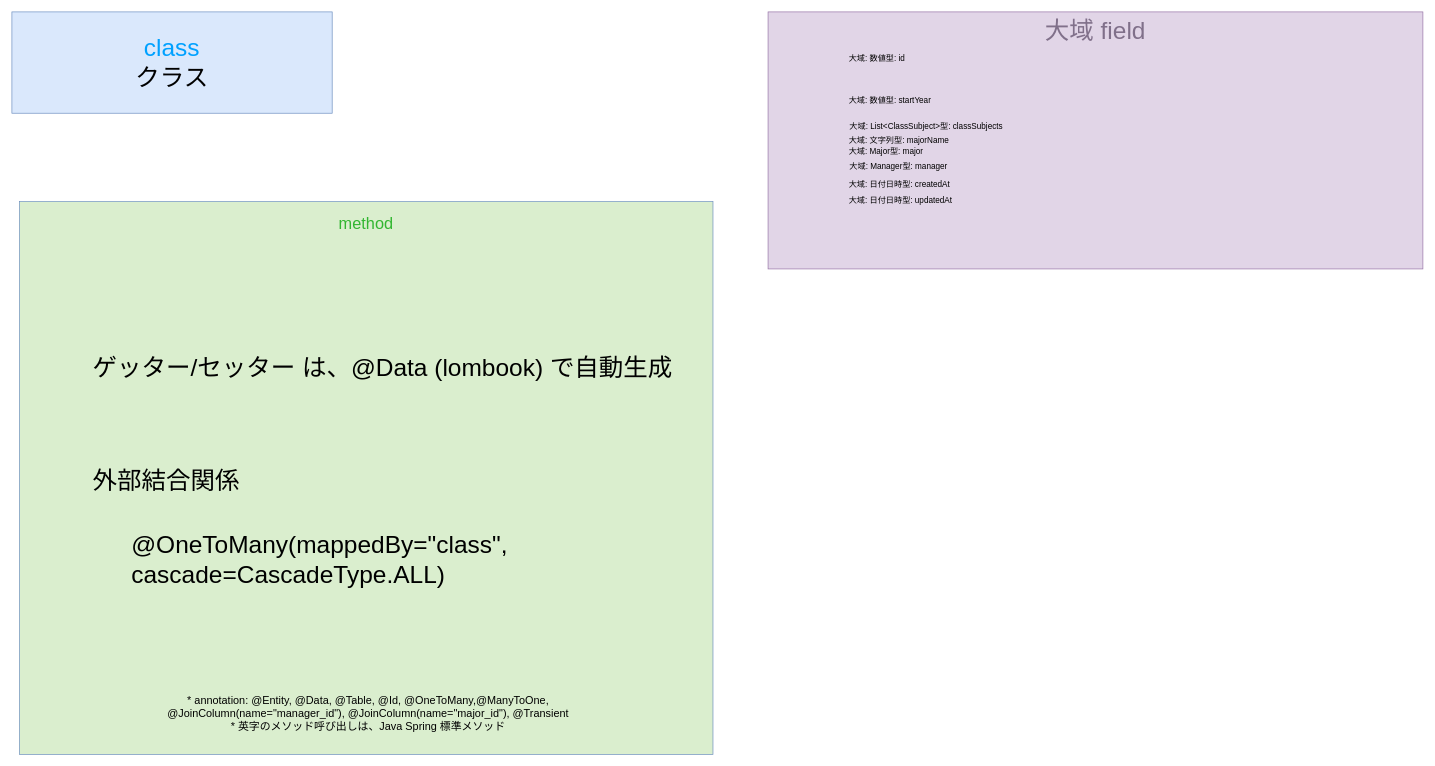
Above: gijigengo/model/entity/seiseki_manage_sys model_entity ClassEntity クラス 疑似言語.drawio in tro319/seiseki_manage_sys (draw.io), before the change. Source tidied: cells renumbered, new cells numbered last; positions are measured from the earlier drawing's top-left corner, leaving out a move shared by most shapes. Both pictures are drawn from the tidied source at 68%, with x=0, y=0 at pixel (12, 12).
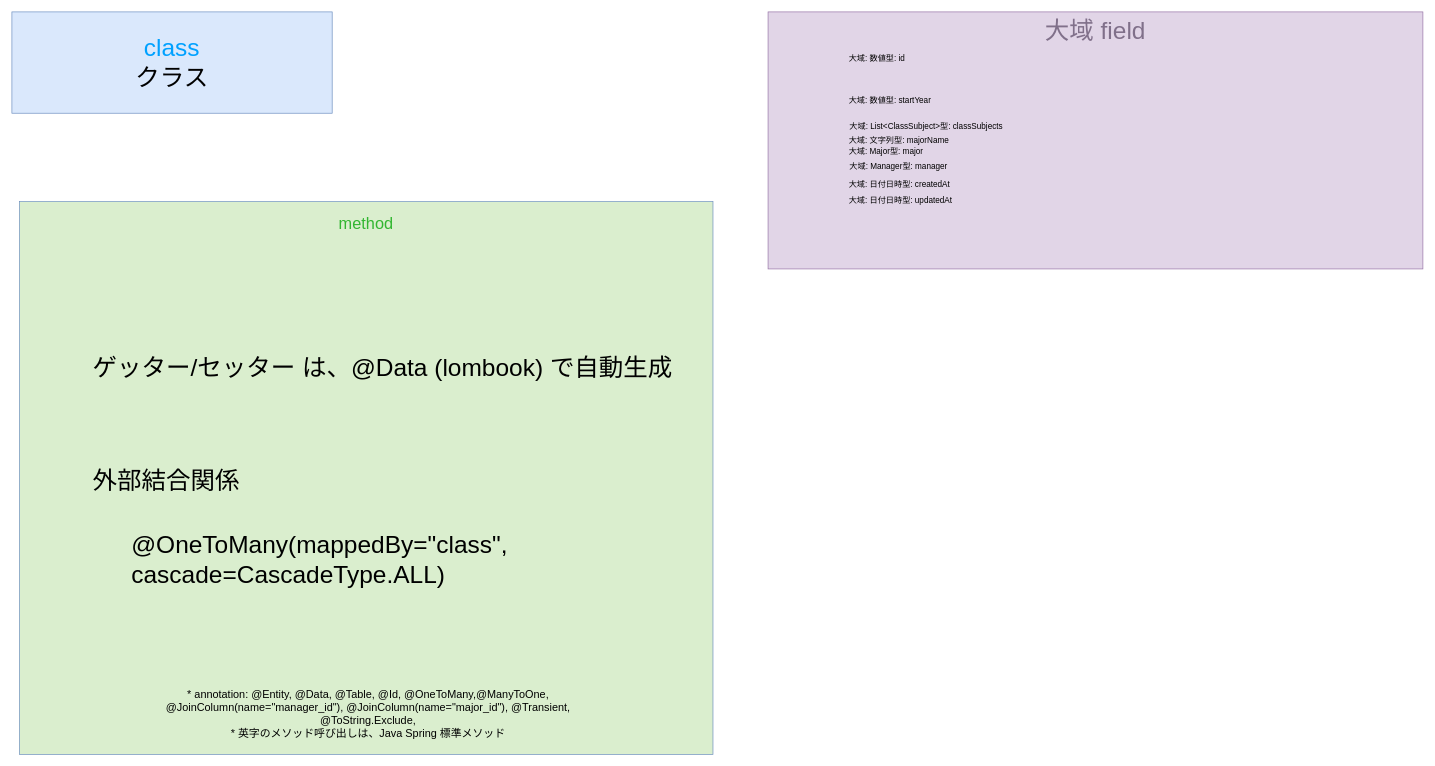
The same page after the edit.

What changed in the source:
```diff
@@
 <mxGraphModel>
   <root>
     <mxCell id="0" />
     <mxCell id="1" parent="0" />
     <mxCell id="2" value="&lt;div&gt;&lt;span style=&quot;color: rgb(0, 161, 255);&quot;&gt;class&lt;/span&gt;&lt;/div&gt;&lt;div&gt;クラス&lt;/div&gt;" style="text;html=1;whiteSpace=wrap;strokeColor=#6c8ebf;fillColor=#dae8fc;align=center;verticalAlign=middle;rounded=0;fontSize=36;" parent="1" vertex="1">
       <mxGeometry width="471" height="149" as="geometry" />
     </mxCell>
     <mxCell id="3" value="&lt;div&gt;&lt;font style=&quot;font-size: 24px;&quot;&gt;&lt;span style=&quot;color: rgb(50, 182, 49);&quot;&gt;&lt;span style=&quot;&quot;&gt;&lt;span style=&quot;&quot;&gt;&lt;span&gt;method&lt;/span&gt;&lt;/span&gt;&lt;/span&gt;&lt;/span&gt;&lt;/font&gt;&lt;/div&gt;&lt;div&gt;&lt;font style=&quot;font-size: 24px;&quot;&gt;&lt;span style=&quot;color: rgba(0, 0, 0, 0);&quot;&gt;&lt;span style=&quot;color: rgba(0, 0, 0, 0);&quot;&gt;&lt;span style=&quot;&quot;&gt;&lt;span style=&quot;&quot;&gt;&lt;br&gt;&lt;/span&gt;&lt;/span&gt;&lt;/span&gt;&lt;/span&gt;&lt;/font&gt;&lt;/div&gt;" style="text;html=1;whiteSpace=wrap;strokeColor=#6c8ebf;fillColor=light-dark(#daeece, #214210);align=center;verticalAlign=top;rounded=0;fontSize=36;fontColor=#00A1FF;" parent="1" vertex="1">
       <mxGeometry x="11" y="279" width="1020" height="813" as="geometry" />
     </mxCell>
     <mxCell id="4" value="ゲッター/セッター は、@Data (lombook) で自動生成" style="text;html=1;whiteSpace=wrap;strokeColor=none;fillColor=none;align=left;verticalAlign=middle;rounded=0;fontSize=36;" parent="1" vertex="1">
       <mxGeometry x="116.8" y="508" width="854.5" height="30" as="geometry" />
     </mxCell>
-    <mxCell id="5" value="&lt;div&gt;&lt;br&gt;&lt;/div&gt;&lt;div&gt;&lt;span&gt;&lt;span&gt;&lt;span style=&quot;color: rgb(0, 0, 0);&quot;&gt;&lt;font style=&quot;font-size: 16px;&quot;&gt;* annotation: @Entity,&amp;nbsp;&lt;/font&gt;&lt;/span&gt;&lt;span style=&quot;color: rgb(0, 0, 0);&quot;&gt;&lt;font style=&quot;font-size: 16px;&quot;&gt;@Data, @Table, @Id, @OneToMany,@ManyToOne, @JoinColumn(name=&quot;manager_id&quot;), @JoinColumn(name=&quot;major_id&quot;), @Transient&lt;/font&gt;&lt;/span&gt;&lt;/span&gt;&lt;/span&gt;&lt;/div&gt;&lt;div&gt;&lt;span&gt;&lt;span&gt;&lt;span style=&quot;color: rgb(0, 0, 0);&quot;&gt;&lt;font style=&quot;font-size: 16px;&quot;&gt;* 英字のメソッド呼び出しは、Java Spring 標準メソッド&lt;/font&gt;&lt;/span&gt;&lt;/span&gt;&lt;/span&gt;&lt;/div&gt;" style="text;html=1;whiteSpace=wrap;strokeColor=none;fillColor=none;align=center;verticalAlign=middle;rounded=0;" parent="1" vertex="1">
+    <mxCell id="5" value="&lt;div&gt;&lt;br&gt;&lt;/div&gt;&lt;div&gt;&lt;span&gt;&lt;span&gt;&lt;span style=&quot;color: rgb(0, 0, 0);&quot;&gt;&lt;font style=&quot;font-size: 16px;&quot;&gt;* annotation: @Entity,&amp;nbsp;&lt;/font&gt;&lt;/span&gt;&lt;span style=&quot;color: rgb(0, 0, 0);&quot;&gt;&lt;font style=&quot;font-size: 16px;&quot;&gt;@Data, @Table, @Id, @OneToMany,@ManyToOne, @JoinColumn(name=&quot;manager_id&quot;), @JoinColumn(name=&quot;major_id&quot;), @Transient&lt;/font&gt;&lt;/span&gt;&lt;/span&gt;&lt;/span&gt;&lt;span&gt;&lt;span&gt;&lt;span style=&quot;color: rgb(0, 0, 0);&quot;&gt;&lt;font style=&quot;font-size: 16px;&quot;&gt;, @ToString.Exclude,&lt;/font&gt;&lt;/span&gt;&lt;/span&gt;&lt;/span&gt;&lt;/div&gt;&lt;div&gt;&lt;span&gt;&lt;span&gt;&lt;span style=&quot;color: rgb(0, 0, 0);&quot;&gt;&lt;font style=&quot;font-size: 16px;&quot;&gt;* 英字のメソッド呼び出しは、Java Spring 標準メソッド&lt;/font&gt;&lt;/span&gt;&lt;/span&gt;&lt;/span&gt;&lt;/div&gt;" style="text;html=1;whiteSpace=wrap;strokeColor=none;fillColor=none;align=center;verticalAlign=middle;rounded=0;" parent="1" vertex="1">
       <mxGeometry x="164" y="1010" width="720" height="30" as="geometry" />
     </mxCell>
     <mxCell id="6" value="&lt;font&gt;大域 field&lt;/font&gt;" style="rounded=0;whiteSpace=wrap;html=1;fillColor=#e1d5e7;strokeColor=#9673a6;verticalAlign=top;fontSize=36;fontColor=#80708A;" parent="1" vertex="1">
       <mxGeometry x="1112" width="963" height="378" as="geometry" />
     </mxCell>
     <mxCell id="7" value="大域: 数値型: id" style="text;html=1;whiteSpace=wrap;strokeColor=none;fillColor=none;align=left;verticalAlign=middle;rounded=0;fontSize=12;" parent="1" vertex="1">
       <mxGeometry x="1229" y="53" width="590" height="30" as="geometry" />
     </mxCell>
     <mxCell id="8" value="大域: 日付日時型: createdAt" style="text;html=1;whiteSpace=wrap;strokeColor=none;fillColor=none;align=left;verticalAlign=middle;rounded=0;fontSize=12;" parent="1" vertex="1">
       <mxGeometry x="1229" y="239" width="590" height="30" as="geometry" />
     </mxCell>
     <mxCell id="9" value="大域: 日付日時型: updatedAt" style="text;html=1;whiteSpace=wrap;strokeColor=none;fillColor=none;align=left;verticalAlign=middle;rounded=0;fontSize=12;" parent="1" vertex="1">
       <mxGeometry x="1229" y="263" width="590" height="30" as="geometry" />
     </mxCell>
     <mxCell id="10" value="&lt;div&gt;@OneToMany(mappedBy=&quot;class&quot;, cascade=CascadeType.ALL)&lt;/div&gt;" style="text;html=1;whiteSpace=wrap;strokeColor=none;fillColor=none;align=left;verticalAlign=middle;rounded=0;fontSize=36;" parent="1" vertex="1">
       <mxGeometry x="174" y="699" width="854.5" height="212" as="geometry" />
     </mxCell>
     <mxCell id="11" value="大域: List&amp;lt;ClassSubject&amp;gt;型: classSubjects" style="text;html=1;whiteSpace=wrap;strokeColor=none;fillColor=none;align=left;verticalAlign=middle;rounded=0;fontSize=12;" parent="1" vertex="1">
       <mxGeometry x="1230" y="154" width="590" height="30" as="geometry" />
     </mxCell>
     <mxCell id="12" value="外部結合関係" style="text;html=1;whiteSpace=wrap;strokeColor=none;fillColor=none;align=left;verticalAlign=middle;rounded=0;fontSize=36;" parent="1" vertex="1">
       <mxGeometry x="116.8" y="674" width="854.5" height="30" as="geometry" />
     </mxCell>
     <mxCell id="13" value="大域: Manager型: manager" style="text;html=1;whiteSpace=wrap;strokeColor=none;fillColor=none;align=left;verticalAlign=middle;rounded=0;fontSize=12;" parent="1" vertex="1">
       <mxGeometry x="1230" y="212" width="590" height="30" as="geometry" />
     </mxCell>
     <mxCell id="14" value="大域: 数値型: startYear" style="text;html=1;whiteSpace=wrap;strokeColor=none;fillColor=none;align=left;verticalAlign=middle;rounded=0;fontSize=12;" parent="1" vertex="1">
       <mxGeometry x="1229" y="115" width="590" height="30" as="geometry" />
     </mxCell>
     <mxCell id="15" value="大域: Major型: major" style="text;html=1;whiteSpace=wrap;strokeColor=none;fillColor=none;align=left;verticalAlign=middle;rounded=0;fontSize=12;" parent="1" vertex="1">
       <mxGeometry x="1229" y="190" width="590" height="30" as="geometry" />
     </mxCell>
     <mxCell id="16" value="大域: 文字列型: majorName" style="text;html=1;whiteSpace=wrap;strokeColor=none;fillColor=none;align=left;verticalAlign=middle;rounded=0;fontSize=12;" parent="1" vertex="1">
       <mxGeometry x="1229" y="174" width="590" height="30" as="geometry" />
     </mxCell>
   </root>
 </mxGraphModel>
```
